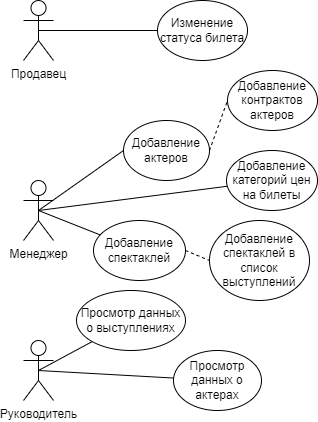
Before: База данных театра-Страница 2.drawio.png, a diagram exported from draw.io (MakarovIS/Data-base). Source tidied: cells renumbered, new cells last; positions are measured from the earlier drawing's top-left corner, leaving out a move shared by most shapes.
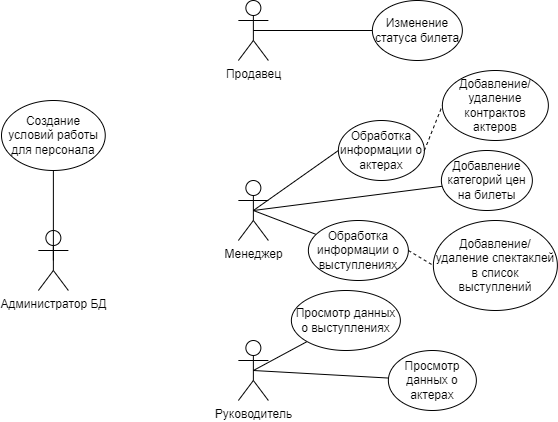
Above is the later version.

The edit, as a diff of the source:
```diff
@@ -20,14 +20,14 @@
     <mxCell id="7" style="endArrow=none;html=1;rounded=0;exitX=0.5;exitY=0.5;exitDx=0;exitDy=0;exitPerimeter=0;entryX=0;entryY=0.5;entryDx=0;entryDy=0;" parent="1" edge="1" source="2" target="8">
       <mxGeometry relative="1" as="geometry" />
     </mxCell>
-    <mxCell id="8" value="Добавление актеров" style="ellipse;whiteSpace=wrap;html=1;" parent="1" vertex="1">
+    <mxCell id="8" value="Обработка информации о актерах" style="ellipse;whiteSpace=wrap;html=1;" parent="1" vertex="1">
       <mxGeometry x="100" y="120" width="86" height="60" as="geometry" />
     </mxCell>
     <mxCell id="9" style="endArrow=none;dashed=1;html=1;rounded=0;exitX=1;exitY=0.5;exitDx=0;exitDy=0;entryX=0;entryY=0.5;entryDx=0;entryDy=0;" parent="1" edge="1" source="8" target="10">
       <mxGeometry relative="1" as="geometry" />
     </mxCell>
-    <mxCell id="10" value="Добавление контрактов актеров" style="ellipse;whiteSpace=wrap;html=1;" parent="1" vertex="1">
-      <mxGeometry x="204" y="70" width="90" height="60" as="geometry" />
+    <mxCell id="10" value="Добавление/удаление контрактов актеров" style="ellipse;whiteSpace=wrap;html=1;" parent="1" vertex="1">
+      <mxGeometry x="204" y="70" width="106" height="70" as="geometry" />
     </mxCell>
     <mxCell id="11" style="endArrow=none;html=1;rounded=0;exitX=0.5;exitY=0.5;exitDx=0;exitDy=0;exitPerimeter=0;" parent="1" edge="1" source="2" target="12">
       <mxGeometry relative="1" as="geometry" />
@@ -38,11 +38,11 @@
     <mxCell id="13" style="endArrow=none;html=1;rounded=0;exitX=0.5;exitY=0.5;exitDx=0;exitDy=0;exitPerimeter=0;" parent="1" edge="1" source="2" target="14">
       <mxGeometry relative="1" as="geometry" />
     </mxCell>
-    <mxCell id="14" value="Добавление спектаклей" style="ellipse;whiteSpace=wrap;html=1;" parent="1" vertex="1">
-      <mxGeometry x="70" y="220" width="92" height="60" as="geometry" />
+    <mxCell id="14" value="Обработка информации о выступлениях" style="ellipse;whiteSpace=wrap;html=1;" parent="1" vertex="1">
+      <mxGeometry x="70" y="220" width="100" height="60" as="geometry" />
     </mxCell>
-    <mxCell id="15" value="Добавление спектаклей в список выступлений" style="ellipse;whiteSpace=wrap;html=1;" parent="1" vertex="1">
-      <mxGeometry x="186" y="220" width="100" height="80" as="geometry" />
+    <mxCell id="15" value="Добавление/удаление спектаклей в список выступлений" style="ellipse;whiteSpace=wrap;html=1;" parent="1" vertex="1">
+      <mxGeometry x="195" y="220" width="124" height="90" as="geometry" />
     </mxCell>
     <mxCell id="16" style="endArrow=none;dashed=1;html=1;rounded=0;exitX=1;exitY=0.5;exitDx=0;exitDy=0;entryX=0;entryY=0.5;entryDx=0;entryDy=0;" parent="1" edge="1" source="14" target="15">
       <mxGeometry relative="1" as="geometry" />
@@ -59,5 +59,14 @@
     <mxCell id="20" value="Просмотр данных о актерах" style="ellipse;whiteSpace=wrap;html=1;" parent="1" vertex="1">
       <mxGeometry x="150" y="350" width="88" height="60" as="geometry" />
     </mxCell>
+    <mxCell id="21" value="Администратор БД" style="shape=umlActor;verticalLabelPosition=bottom;verticalAlign=top;html=1;outlineConnect=0;" parent="1" vertex="1">
+      <mxGeometry x="-200" y="230" width="30" height="60" as="geometry" />
+    </mxCell>
+    <mxCell id="22" value="Создание условий работы для персонала" style="ellipse;whiteSpace=wrap;html=1;" parent="1" vertex="1">
+      <mxGeometry x="-236.9" y="100" width="103.8" height="70" as="geometry" />
+    </mxCell>
+    <mxCell id="23" style="endArrow=none;html=1;rounded=0;exitX=0.5;exitY=0.5;exitDx=0;exitDy=0;exitPerimeter=0;entryX=0.5;entryY=1;entryDx=0;entryDy=0;" parent="1" edge="1" source="21" target="22">
+      <mxGeometry relative="1" as="geometry" />
+    </mxCell>
   </root>
 </mxGraphModel>
```
